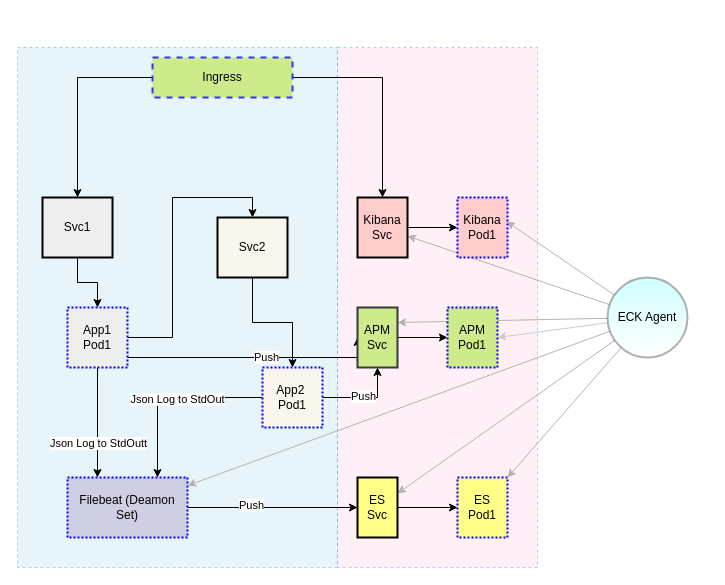
This is Untitled Diagram.drawio from geoaxis/local-elastic-stack, a draw.io file, before an edit. Source tidied: cells renumbered, new cells numbered last; positions are measured from the earlier drawing's top-left corner, leaving out a move shared by most shapes. Both pictures are drawn from the tidied source at 100%, with x=0, y=0 at pixel (17, 47).
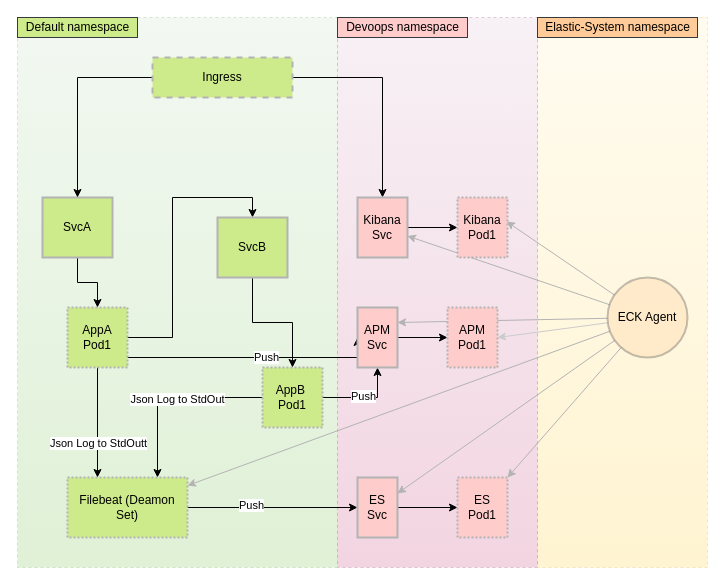
The same diagram, later.

Commit message:
cleaned up the diagram

Diff of the diagram source:
```diff
@@
+    <mxCell id="42" style="rounded=0;whiteSpace=wrap;html=1;dashed=1;strokeColor=#d6b656;opacity=30;fillColor=#fff2cc;gradientColor=#ffd966;" parent="1" vertex="1">
+      <mxGeometry x="520" y="-30" width="170" height="550" as="geometry" />
+    </mxCell>
-    <mxCell id="2" style="rounded=0;whiteSpace=wrap;html=1;dashed=1;strokeColor=#10739e;opacity=30;fillColor=#FFCCE6;" parent="1" vertex="1">
-      <mxGeometry x="320" width="200" height="520" as="geometry" />
+    <mxCell id="2" style="rounded=0;whiteSpace=wrap;html=1;dashed=1;strokeColor=#996185;opacity=30;fillColor=#e6d0de;gradientColor=#d5739d;" parent="1" vertex="1">
+      <mxGeometry x="320" y="-30" width="200" height="550" as="geometry" />
     </mxCell>
-    <mxCell id="3" style="rounded=0;whiteSpace=wrap;html=1;dashed=1;fillColor=#b1ddf0;strokeColor=#10739e;opacity=30;" parent="1" vertex="1">
-      <mxGeometry width="320" height="520" as="geometry" />
+    <mxCell id="3" style="rounded=0;whiteSpace=wrap;html=1;dashed=1;fillColor=#d5e8d4;strokeColor=#82b366;opacity=30;gradientColor=#97d077;" parent="1" vertex="1">
+      <mxGeometry y="-30" width="320" height="550" as="geometry" />
     </mxCell>
@@
-    <mxCell id="8" value="App2&amp;nbsp;&lt;br&gt;Pod1" style="rounded=0;whiteSpace=wrap;html=1;fillColor=#f9f7ed;strokeColor=#0000FF;dashed=1;strokeWidth=2;dashPattern=1 1;" parent="1" vertex="1">
+    <mxCell id="8" value="AppB&amp;nbsp;&lt;br&gt;Pod1" style="rounded=0;whiteSpace=wrap;html=1;fillColor=#cdeb8b;dashed=1;strokeWidth=2;dashPattern=1 1;strokeColor=#B3B3B3;" parent="1" vertex="1">
       <mxGeometry x="245" y="320" width="60" height="60" as="geometry" />
     </mxCell>
@@
-    <mxCell id="11" value="Filebeat (Deamon Set)" style="rounded=0;whiteSpace=wrap;html=1;dashed=1;fillColor=#d0cee2;strokeColor=#0000FF;strokeWidth=2;dashPattern=1 1;" parent="1" vertex="1">
+    <mxCell id="11" value="Filebeat (Deamon Set)" style="rounded=0;whiteSpace=wrap;html=1;dashed=1;strokeWidth=2;dashPattern=1 1;fillColor=#cdeb8b;strokeColor=#B3B3B3;" parent="1" vertex="1">
       <mxGeometry x="50" y="430" width="120" height="60" as="geometry" />
     </mxCell>
@@
-    <mxCell id="17" value="App1&lt;br&gt;Pod1" style="rounded=0;whiteSpace=wrap;html=1;fillColor=#eeeeee;strokeColor=#0000FF;dashed=1;strokeWidth=2;dashPattern=1 1;" parent="1" vertex="1">
+    <mxCell id="17" value="AppA&lt;br&gt;Pod1" style="rounded=0;whiteSpace=wrap;html=1;fillColor=#cdeb8b;dashed=1;strokeWidth=2;dashPattern=1 1;strokeColor=#B3B3B3;" parent="1" vertex="1">
       <mxGeometry x="50" y="260" width="60" height="60" as="geometry" />
     </mxCell>
@@
-    <mxCell id="19" value="Svc1" style="rounded=0;whiteSpace=wrap;html=1;fillColor=#eeeeee;strokeWidth=2;" parent="1" vertex="1">
+    <mxCell id="19" value="SvcA" style="rounded=0;whiteSpace=wrap;html=1;fillColor=#cdeb8b;strokeWidth=2;strokeColor=#B3B3B3;" parent="1" vertex="1">
       <mxGeometry x="25" y="150" width="70" height="60" as="geometry" />
     </mxCell>
@@
-    <mxCell id="21" value="Svc2" style="rounded=0;whiteSpace=wrap;html=1;fillColor=#f9f7ed;strokeWidth=2;" parent="1" vertex="1">
+    <mxCell id="21" value="SvcB" style="rounded=0;whiteSpace=wrap;html=1;fillColor=#cdeb8b;strokeWidth=2;strokeColor=#B3B3B3;" parent="1" vertex="1">
       <mxGeometry x="200" y="170" width="70" height="60" as="geometry" />
     </mxCell>
@@
-    <mxCell id="24" value="Ingress" style="rounded=0;whiteSpace=wrap;html=1;dashed=1;fillColor=#cdeb8b;strokeColor=#3333FF;strokeWidth=2;" parent="1" vertex="1">
+    <mxCell id="24" value="Ingress" style="rounded=0;whiteSpace=wrap;html=1;dashed=1;fillColor=#cdeb8b;strokeWidth=2;strokeColor=#B3B3B3;" parent="1" vertex="1">
       <mxGeometry x="135" y="10" width="140" height="40" as="geometry" />
     </mxCell>
@@
-    <mxCell id="35" value="ECK Agent" style="ellipse;whiteSpace=wrap;html=1;strokeColor=#000000;strokeWidth=2;gradientColor=#ffffff;opacity=30;fillColor=#66FFFF;" parent="1" vertex="1">
+    <mxCell id="35" value="ECK Agent" style="ellipse;whiteSpace=wrap;html=1;strokeColor=#36393d;strokeWidth=2;opacity=30;fillColor=#ffcc99;" parent="1" vertex="1">
       <mxGeometry x="590" y="230" width="80" height="80" as="geometry" />
     </mxCell>
-    <mxCell id="36" value="ES&lt;br&gt;Pod1" style="rounded=0;whiteSpace=wrap;html=1;fillColor=#ffff88;strokeColor=#0000FF;dashed=1;strokeWidth=2;dashPattern=1 1;" parent="1" vertex="1">
+    <mxCell id="36" value="ES&lt;br&gt;Pod1" style="rounded=0;whiteSpace=wrap;html=1;fillColor=#ffcccc;dashed=1;strokeWidth=2;dashPattern=1 1;strokeColor=#B3B3B3;" parent="1" vertex="1">
       <mxGeometry x="440" y="430" width="50" height="60" as="geometry" />
     </mxCell>
-    <mxCell id="37" value="APM&lt;br&gt;Pod1" style="rounded=0;whiteSpace=wrap;html=1;fillColor=#cdeb8b;strokeColor=#0000FF;dashed=1;strokeWidth=2;dashPattern=1 1;" parent="1" vertex="1">
+    <mxCell id="37" value="APM&lt;br&gt;Pod1" style="rounded=0;whiteSpace=wrap;html=1;fillColor=#ffcccc;dashed=1;strokeWidth=2;dashPattern=1 1;strokeColor=#B3B3B3;" parent="1" vertex="1">
       <mxGeometry x="430" y="260" width="50" height="60" as="geometry" />
     </mxCell>
-    <mxCell id="38" value="Kibana&lt;br&gt;Pod1" style="rounded=0;whiteSpace=wrap;html=1;fillColor=#ffcccc;strokeColor=#0000FF;dashed=1;strokeWidth=2;dashPattern=1 1;" parent="1" vertex="1">
+    <mxCell id="38" value="Kibana&lt;br&gt;Pod1" style="rounded=0;whiteSpace=wrap;html=1;fillColor=#ffcccc;dashed=1;strokeWidth=2;dashPattern=1 1;strokeColor=#B3B3B3;" parent="1" vertex="1">
       <mxGeometry x="440" y="150" width="50" height="60" as="geometry" />
     </mxCell>
-    <mxCell id="39" value="Kibana&lt;br&gt;Svc" style="rounded=0;whiteSpace=wrap;html=1;fillColor=#ffcccc;strokeWidth=2;" parent="1" vertex="1">
+    <mxCell id="39" value="Kibana&lt;br&gt;Svc" style="rounded=0;whiteSpace=wrap;html=1;fillColor=#ffcccc;strokeWidth=2;strokeColor=#B3B3B3;" parent="1" vertex="1">
       <mxGeometry x="340" y="150" width="50" height="60" as="geometry" />
     </mxCell>
-    <mxCell id="40" value="ES Svc" style="rounded=0;whiteSpace=wrap;html=1;fillColor=#ffff88;strokeWidth=2;" parent="1" vertex="1">
+    <mxCell id="40" value="ES Svc" style="rounded=0;whiteSpace=wrap;html=1;fillColor=#ffcccc;strokeWidth=2;strokeColor=#B3B3B3;" parent="1" vertex="1">
       <mxGeometry x="340" y="430" width="40" height="60" as="geometry" />
     </mxCell>
-    <mxCell id="41" value="APM&lt;br&gt;Svc" style="rounded=0;whiteSpace=wrap;html=1;fillColor=#cdeb8b;strokeWidth=2;strokeColor=#36393d;" parent="1" vertex="1">
+    <mxCell id="41" value="APM&lt;br&gt;Svc" style="rounded=0;whiteSpace=wrap;html=1;fillColor=#ffcccc;strokeWidth=2;strokeColor=#B3B3B3;" parent="1" vertex="1">
       <mxGeometry x="340" y="260" width="40" height="60" as="geometry" />
     </mxCell>
+    <mxCell id="43" value="Default namespace" style="text;html=1;align=center;verticalAlign=middle;fillColor=#cdeb8b;strokeColor=#36393d;rounded=0;" parent="1" vertex="1">
+      <mxGeometry y="-30" width="120" height="20" as="geometry" />
+    </mxCell>
+    <mxCell id="44" value="Devoops namespace" style="text;html=1;align=center;verticalAlign=middle;fillColor=#ffcccc;strokeColor=#36393d;rounded=0;" parent="1" vertex="1">
+      <mxGeometry x="320" y="-30" width="130" height="20" as="geometry" />
+    </mxCell>
+    <mxCell id="45" value="Elastic-System namespace" style="text;html=1;align=center;verticalAlign=middle;fillColor=#ffcc99;strokeColor=#36393d;rounded=0;" parent="1" vertex="1">
+      <mxGeometry x="520" y="-30" width="160" height="20" as="geometry" />
+    </mxCell>
```
